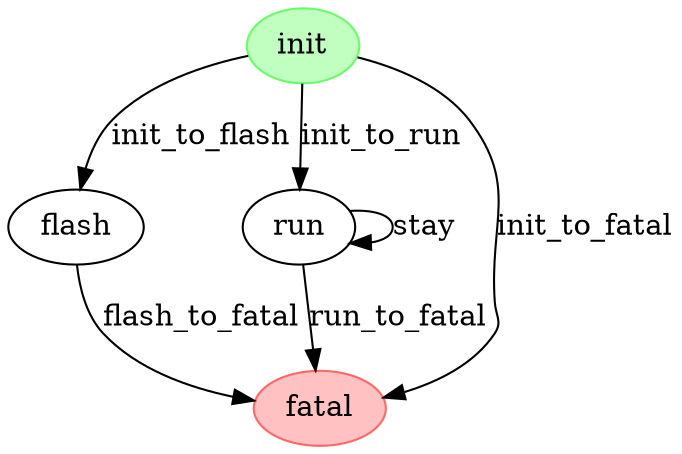
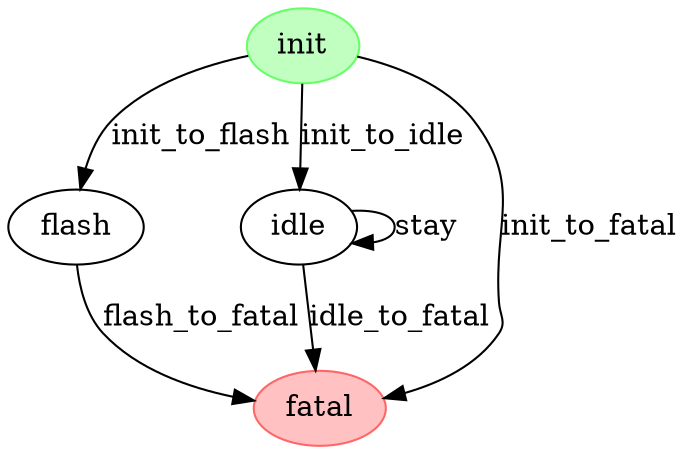
digraph "gv_fsm example" {
    bgcolor="white"
    layout="dot"
    center=true
    concentrate=false

    init [
        style="filled"
        color="#66ff66"
        fillcolor="#c1ffc1"
    ]
    flash
-     run
+     idle
    fatal [
        style="filled"
        color="#ff6666"
        fillcolor="#ffc1c1"
    ]

-     init -> run [label="init_to_run"]
+     init -> idle [label="init_to_idle"]
    init -> flash [label="init_to_flash"]
    init -> fatal [label="init_to_fatal"]
    flash -> fatal [label="flash_to_fatal"]
-     run -> run [label="stay"]
-     run -> fatal[label="run_to_fatal"]
- }+     idle -> idle [label="stay"]
+     idle -> fatal[label="idle_to_fatal"]
+ }
